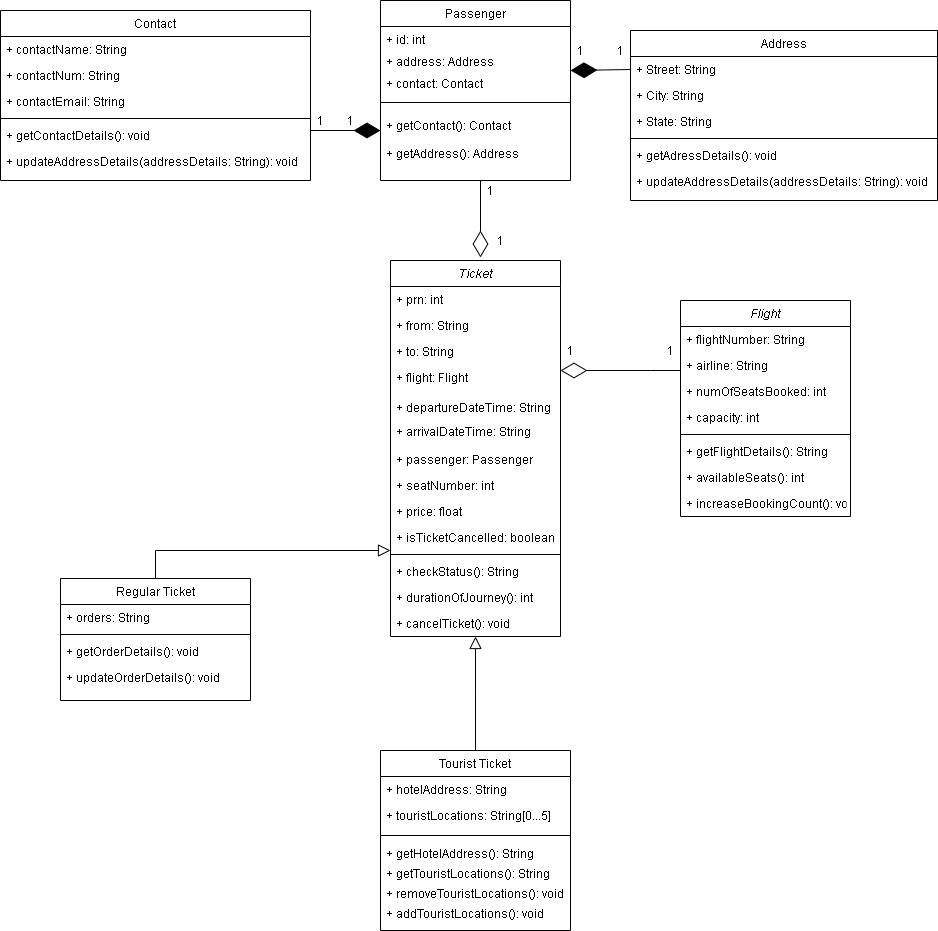
Earlier version of the draw.io export Flight Reservation System.drawio.png (AbhiNaik03/Flight-Reservation-System). Source tidied: cells renumbered, new cells last; positions are measured from the earlier drawing's top-left corner, leaving out a move shared by most shapes.
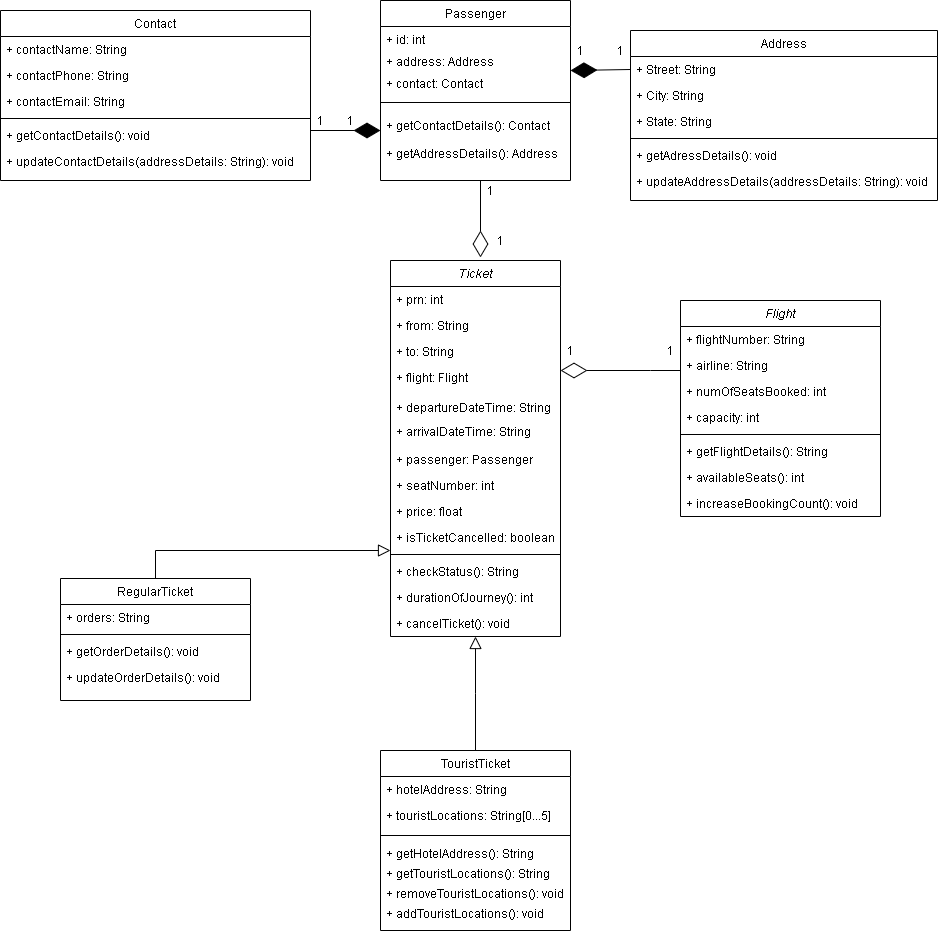
After the change.

The edit, as a diff of the source:
```diff
@@ -55,7 +55,7 @@
     <mxCell id="17" value="+ cancelTicket(): void" style="text;align=left;verticalAlign=top;spacingLeft=4;spacingRight=4;overflow=hidden;rounded=0;shadow=0;html=0;" parent="2" vertex="1">
       <mxGeometry y="350" width="170" height="26" as="geometry" />
     </mxCell>
-    <mxCell id="18" value="Regular Ticket" style="swimlane;fontStyle=0;align=center;verticalAlign=top;horizontal=1;startSize=26;rounded=0;shadow=0;strokeWidth=1;" parent="1" vertex="1">
+    <mxCell id="18" value="RegularTicket" style="swimlane;fontStyle=0;align=center;verticalAlign=top;horizontal=1;startSize=26;rounded=0;shadow=0;strokeWidth=1;" parent="1" vertex="1">
       <mxGeometry x="60" y="578" width="190" height="122" as="geometry" />
     </mxCell>
     <mxCell id="19" value="+ orders: String" style="text;align=left;verticalAlign=top;spacingLeft=4;spacingRight=4;overflow=hidden;" parent="18" vertex="1">
@@ -80,7 +80,7 @@
         </Array>
       </mxGeometry>
     </mxCell>
-    <mxCell id="25" value="Tourist Ticket" style="swimlane;fontStyle=0;align=center;verticalAlign=top;horizontal=1;startSize=26;rounded=0;shadow=0;strokeWidth=1;" parent="1" vertex="1">
+    <mxCell id="25" value="TouristTicket" style="swimlane;fontStyle=0;align=center;verticalAlign=top;horizontal=1;startSize=26;rounded=0;shadow=0;strokeWidth=1;" parent="1" vertex="1">
       <mxGeometry x="380" y="750" width="190" height="180" as="geometry" />
     </mxCell>
     <mxCell id="26" value="+ hotelAddress: String" style="text;align=left;verticalAlign=top;spacingLeft=4;spacingRight=4;overflow=hidden;" parent="25" vertex="1">
@@ -134,7 +134,7 @@
     <mxCell id="42" value="+ contactName: String " style="text;align=left;verticalAlign=top;spacingLeft=4;spacingRight=4;overflow=hidden;" parent="41" vertex="1">
       <mxGeometry y="26" width="310" height="26" as="geometry" />
     </mxCell>
-    <mxCell id="43" value="+ contactNum: String" style="text;align=left;verticalAlign=top;spacingLeft=4;spacingRight=4;overflow=hidden;rounded=0;shadow=0;html=0;" parent="41" vertex="1">
+    <mxCell id="43" value="+ contactPhone: String" style="text;align=left;verticalAlign=top;spacingLeft=4;spacingRight=4;overflow=hidden;rounded=0;shadow=0;html=0;" parent="41" vertex="1">
       <mxGeometry y="52" width="310" height="26" as="geometry" />
     </mxCell>
     <mxCell id="44" value="+ contactEmail: String" style="text;align=left;verticalAlign=top;spacingLeft=4;spacingRight=4;overflow=hidden;rounded=0;shadow=0;html=0;" parent="41" vertex="1">
@@ -146,35 +146,35 @@
     <mxCell id="46" value="+ getContactDetails(): void" style="text;align=left;verticalAlign=top;spacingLeft=4;spacingRight=4;overflow=hidden;" parent="41" vertex="1">
       <mxGeometry y="112" width="310" height="26" as="geometry" />
     </mxCell>
-    <mxCell id="47" value="+ updateAddressDetails(addressDetails: String): void" style="text;align=left;verticalAlign=top;spacingLeft=4;spacingRight=4;overflow=hidden;" parent="41" vertex="1">
+    <mxCell id="47" value="+ updateContactDetails(addressDetails: String): void" style="text;align=left;verticalAlign=top;spacingLeft=4;spacingRight=4;overflow=hidden;" parent="41" vertex="1">
       <mxGeometry y="138" width="310" height="24" as="geometry" />
     </mxCell>
     <mxCell id="48" value="Flight" style="swimlane;fontStyle=2;align=center;verticalAlign=top;horizontal=1;startSize=26;rounded=0;shadow=0;strokeWidth=1;" parent="1" vertex="1">
-      <mxGeometry x="680" y="300" width="170" height="216" as="geometry" />
+      <mxGeometry x="680" y="300" width="200" height="216" as="geometry" />
     </mxCell>
     <mxCell id="49" value="+ flightNumber: String" style="text;align=left;verticalAlign=top;spacingLeft=4;spacingRight=4;overflow=hidden;" parent="48" vertex="1">
-      <mxGeometry y="26" width="170" height="26" as="geometry" />
+      <mxGeometry y="26" width="200" height="26" as="geometry" />
     </mxCell>
     <mxCell id="50" value="+ airline: String" style="text;align=left;verticalAlign=top;spacingLeft=4;spacingRight=4;overflow=hidden;rounded=0;shadow=0;html=0;" parent="48" vertex="1">
-      <mxGeometry y="52" width="170" height="26" as="geometry" />
+      <mxGeometry y="52" width="200" height="26" as="geometry" />
     </mxCell>
     <mxCell id="51" value="+ numOfSeatsBooked: int" style="text;align=left;verticalAlign=top;spacingLeft=4;spacingRight=4;overflow=hidden;rounded=0;shadow=0;html=0;" parent="48" vertex="1">
-      <mxGeometry y="78" width="170" height="26" as="geometry" />
+      <mxGeometry y="78" width="200" height="26" as="geometry" />
     </mxCell>
     <mxCell id="52" value="+ capacity: int" style="text;align=left;verticalAlign=top;spacingLeft=4;spacingRight=4;overflow=hidden;rounded=0;shadow=0;html=0;" parent="48" vertex="1">
-      <mxGeometry y="104" width="170" height="26" as="geometry" />
+      <mxGeometry y="104" width="200" height="26" as="geometry" />
     </mxCell>
     <mxCell id="53" style="line;html=1;strokeWidth=1;align=left;verticalAlign=middle;spacingTop=-1;spacingLeft=3;spacingRight=3;labelPosition=right;" parent="48" vertex="1">
-      <mxGeometry y="130" width="170" height="8" as="geometry" />
+      <mxGeometry y="130" width="200" height="8" as="geometry" />
     </mxCell>
     <mxCell id="54" value="+ getFlightDetails(): String" style="text;align=left;verticalAlign=top;spacingLeft=4;spacingRight=4;overflow=hidden;" parent="48" vertex="1">
-      <mxGeometry y="138" width="170" height="26" as="geometry" />
+      <mxGeometry y="138" width="200" height="26" as="geometry" />
     </mxCell>
     <mxCell id="55" value="+ availableSeats(): int" style="text;align=left;verticalAlign=top;spacingLeft=4;spacingRight=4;overflow=hidden;rounded=0;shadow=0;html=0;" parent="48" vertex="1">
-      <mxGeometry y="164" width="170" height="26" as="geometry" />
+      <mxGeometry y="164" width="200" height="26" as="geometry" />
     </mxCell>
     <mxCell id="56" value="+ increaseBookingCount(): void" style="text;align=left;verticalAlign=top;spacingLeft=4;spacingRight=4;overflow=hidden;rounded=0;shadow=0;html=0;" parent="48" vertex="1">
-      <mxGeometry y="190" width="170" height="26" as="geometry" />
+      <mxGeometry y="190" width="200" height="26" as="geometry" />
     </mxCell>
     <mxCell id="57" value="Passenger" style="swimlane;fontStyle=0;align=center;verticalAlign=top;horizontal=1;startSize=26;rounded=0;shadow=0;strokeWidth=1;" parent="1" vertex="1">
       <mxGeometry x="380" width="190" height="180" as="geometry" />
@@ -191,10 +191,10 @@
     <mxCell id="61" style="line;html=1;strokeWidth=1;align=left;verticalAlign=middle;spacingTop=-1;spacingLeft=3;spacingRight=3;labelPosition=right;" parent="57" vertex="1">
       <mxGeometry y="92" width="190" height="20" as="geometry" />
     </mxCell>
-    <mxCell id="62" value="+ getContact(): Contact" style="text;align=left;verticalAlign=top;spacingLeft=4;spacingRight=4;overflow=hidden;fontStyle=0;" parent="57" vertex="1">
+    <mxCell id="62" value="+ getContactDetails(): Contact" style="text;align=left;verticalAlign=top;spacingLeft=4;spacingRight=4;overflow=hidden;fontStyle=0;" parent="57" vertex="1">
       <mxGeometry y="112" width="190" height="28" as="geometry" />
     </mxCell>
-    <mxCell id="63" value="+ getAddress(): Address" style="text;align=left;verticalAlign=top;spacingLeft=4;spacingRight=4;overflow=hidden;fontStyle=0;" parent="57" vertex="1">
+    <mxCell id="63" value="+ getAddressDetails(): Address" style="text;align=left;verticalAlign=top;spacingLeft=4;spacingRight=4;overflow=hidden;fontStyle=0;" parent="57" vertex="1">
       <mxGeometry y="140" width="190" height="20" as="geometry" />
     </mxCell>
     <mxCell id="64" style="endArrow=diamondThin;endFill=1;endSize=24;html=1;rounded=0;" parent="1" edge="1">
```
